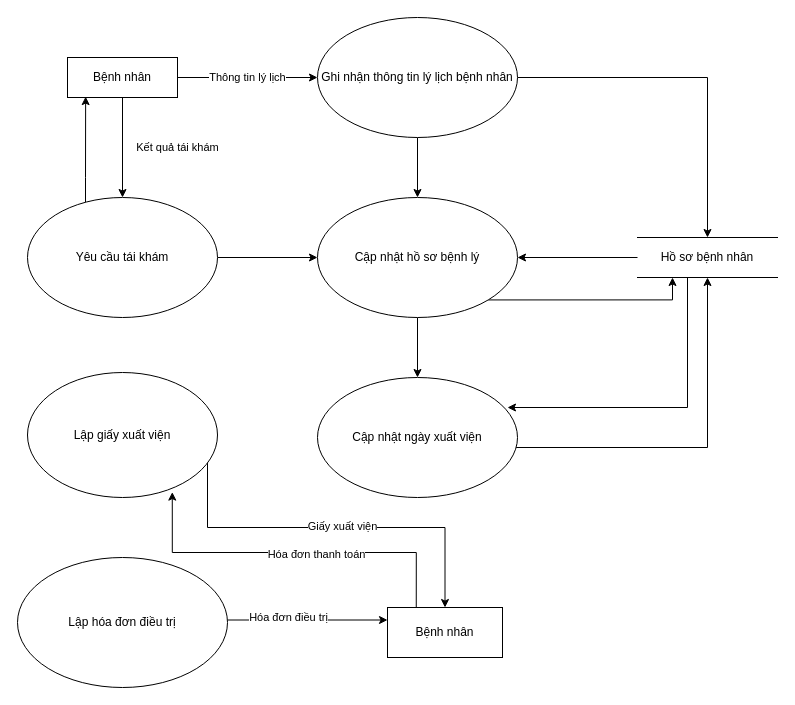
Above: DuoiDinh_DieuTri.drawio in Nhatran241/HTTT (draw.io), before the change. Source tidied: cells renumbered, new cells numbered last; positions are measured from the earlier drawing's top-left corner, leaving out a move shared by most shapes. Both pictures are drawn from the tidied source at 100%, with x=0, y=0 at pixel (17, 17).
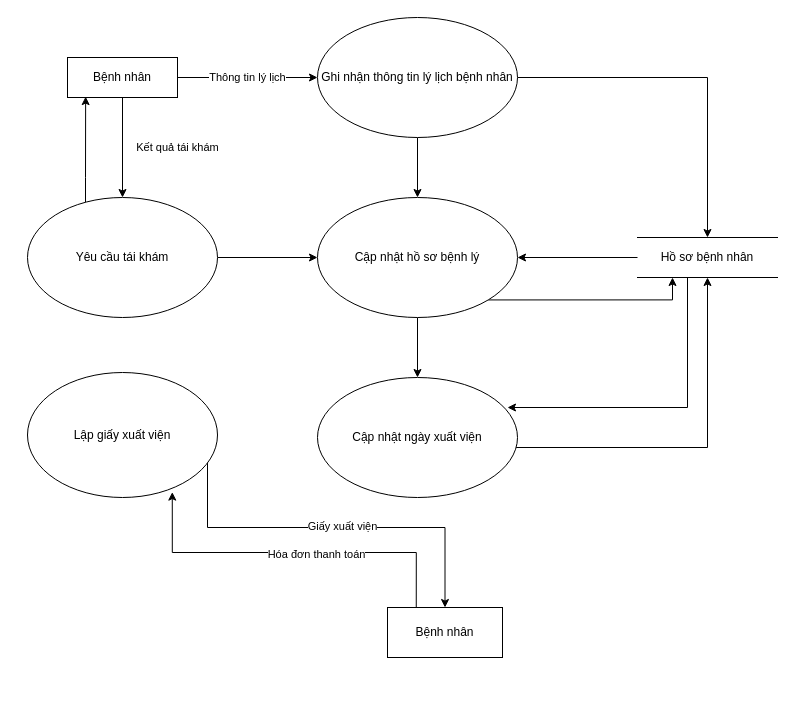
The same diagram, later.

Unchanged cells that the change refers to:
```xml
<mxCell id="27" value="Bệnh nhân" style="rounded=0;whiteSpace=wrap;html=1;" parent="1" vertex="1">
  <mxGeometry x="370" y="590" width="115" height="50" as="geometry" />
</mxCell>
```

Change to the diagram source:
```diff
@@
-    <mxCell id="22" style="edgeStyle=orthogonalEdgeStyle;rounded=0;jettySize=auto;html=1;entryX=0;entryY=0.25;entryDx=0;entryDy=0;" parent="1" edge="1" source="24" target="27">
-      <mxGeometry relative="1" as="geometry">
-        <Array as="points">
-          <mxPoint x="290" y="603" />
-        </Array>
-      </mxGeometry>
-    </mxCell>
-    <mxCell id="23" value="Hóa đơn điều trị" style="edgeLabel;html=1;align=center;verticalAlign=middle;" parent="22" vertex="1">
-      <mxGeometry x="-0.24" y="3" relative="1" as="geometry" />
-    </mxCell>
-    <mxCell id="24" value="Lập hóa đơn điều trị" style="ellipse;whiteSpace=wrap;html=1;" parent="1" vertex="1">
-      <mxGeometry y="540" width="210" height="130" as="geometry" />
-    </mxCell>
```
